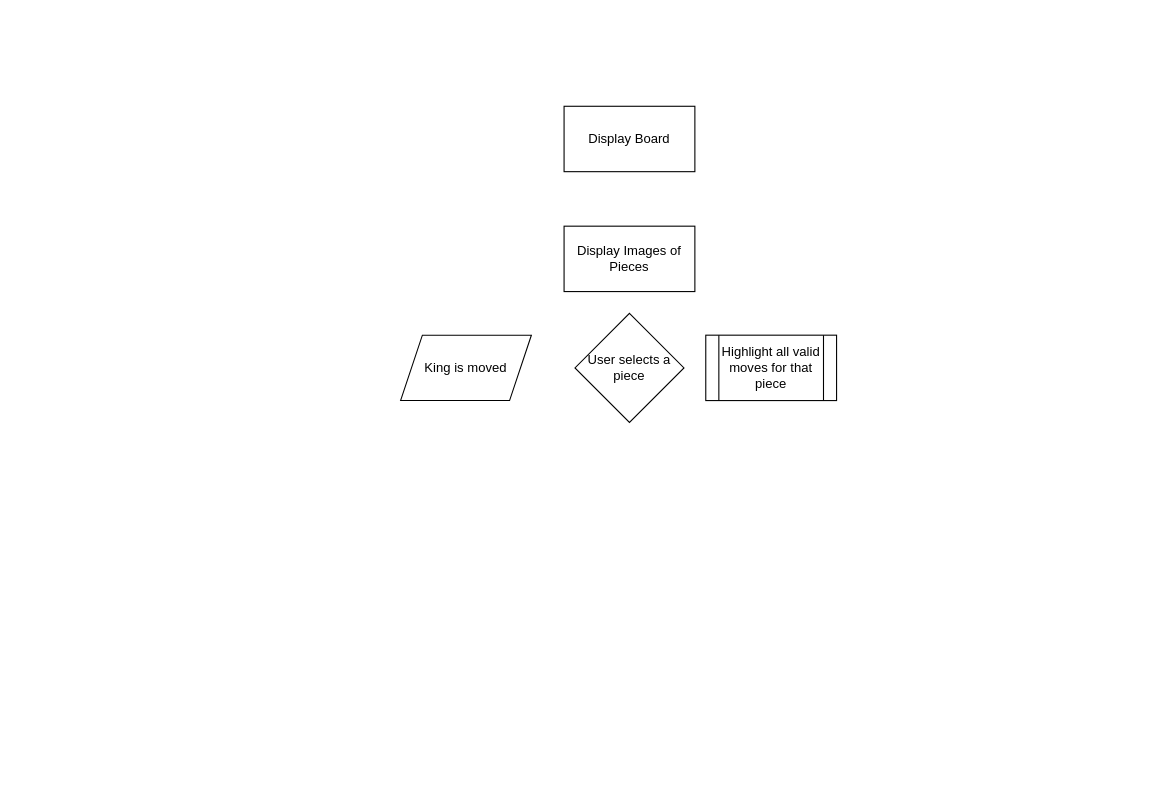
This is Untitled Diagram.drawio from AryanShoran/AryanShoran.github.io, a draw.io file, before an edit. Source tidied: cells renumbered, new cells numbered last; positions are measured from the earlier drawing's top-left corner, leaving out a move shared by most shapes. Both pictures are drawn from the tidied source at 109%, with x=0, y=0 at pixel (400, 106).
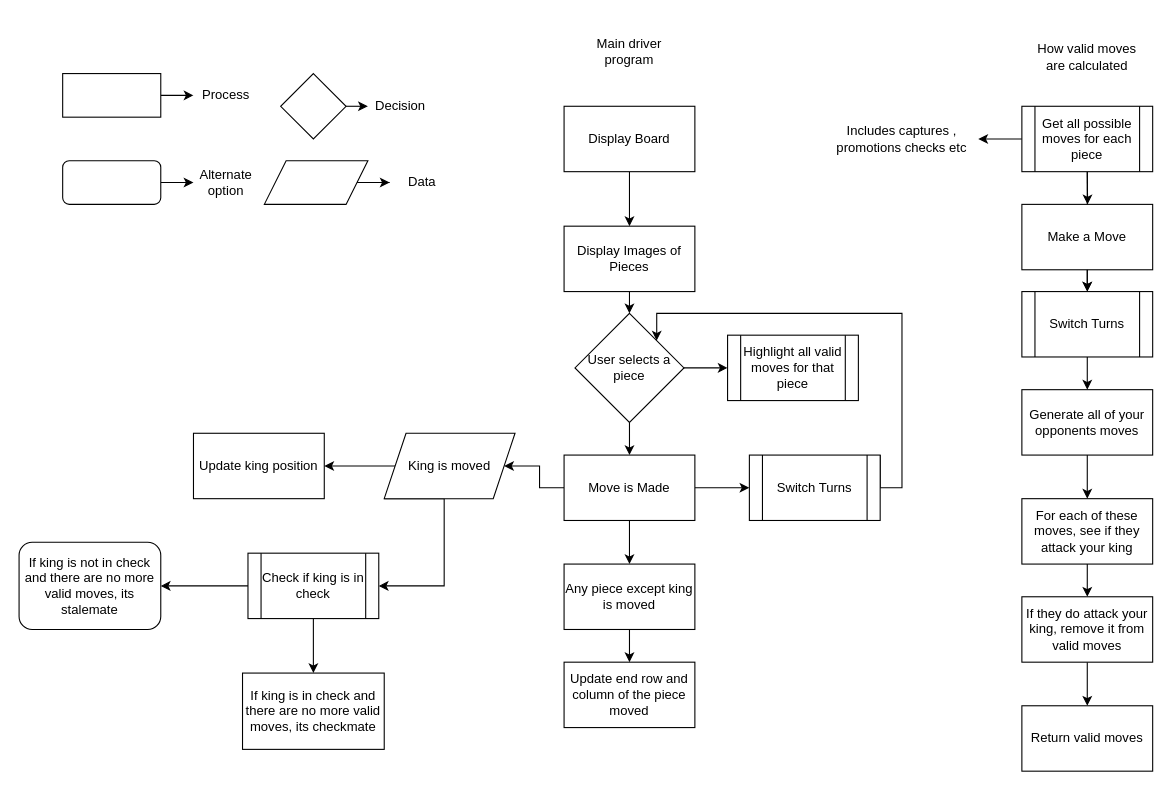
After the change.

Unchanged cells that the change refers to:
```xml
<mxCell id="2" value="Display Board " style="rounded=0;whiteSpace=wrap;html=1;" parent="1" vertex="1">
  <mxGeometry x="150" width="120" height="60" as="geometry" />
</mxCell>
<mxCell id="3" value="Display Images of Pieces" style="rounded=0;whiteSpace=wrap;html=1;" parent="1" vertex="1">
  <mxGeometry x="150" y="110" width="120" height="60" as="geometry" />
</mxCell>
<mxCell id="4" value="User selects a piece" style="rhombus;whiteSpace=wrap;html=1;" parent="1" vertex="1">
  <mxGeometry x="160" y="190" width="100" height="100" as="geometry" />
</mxCell>
```

The edit, as a diff of the source:
```diff
@@
+    <mxCell id="7" style="edgeStyle=orthogonalEdgeStyle;rounded=0;jettySize=auto;html=1;" parent="1" edge="1" source="2" target="3">
+      <mxGeometry relative="1" as="geometry" />
+    </mxCell>
@@
+    <mxCell id="8" style="edgeStyle=orthogonalEdgeStyle;rounded=0;jettySize=auto;html=1;exitX=0.5;exitY=1;exitDx=0;exitDy=0;entryX=0.5;entryY=0;entryDx=0;entryDy=0;" parent="1" edge="1" source="3" target="4">
+      <mxGeometry relative="1" as="geometry" />
+    </mxCell>
@@
+    <mxCell id="9" style="edgeStyle=orthogonalEdgeStyle;rounded=0;jettySize=auto;html=1;" parent="1" edge="1" source="4" target="6">
+      <mxGeometry relative="1" as="geometry" />
+    </mxCell>
+    <mxCell id="10" style="edgeStyle=orthogonalEdgeStyle;rounded=0;jettySize=auto;html=1;" parent="1" edge="1" source="4" target="16">
+      <mxGeometry relative="1" as="geometry" />
+    </mxCell>
@@
+    <mxCell id="11" style="edgeStyle=orthogonalEdgeStyle;rounded=0;jettySize=auto;html=1;" parent="1" edge="1" source="5" target="31">
+      <mxGeometry relative="1" as="geometry">
+        <Array as="points">
+          <mxPoint x="-60" y="330" />
+          <mxPoint x="-60" y="330" />
+        </Array>
+      </mxGeometry>
+    </mxCell>
+    <mxCell id="12" style="edgeStyle=orthogonalEdgeStyle;rounded=0;jettySize=auto;html=1;exitX=0;exitY=1;exitDx=0;exitDy=0;entryX=1;entryY=0.5;entryDx=0;entryDy=0;" parent="1" edge="1" source="5" target="34">
+      <mxGeometry relative="1" as="geometry">
+        <Array as="points">
+          <mxPoint x="40" y="360" />
+          <mxPoint x="40" y="440" />
+        </Array>
+      </mxGeometry>
+    </mxCell>
     <mxCell id="5" value="King is moved" style="shape=parallelogram;perimeter=parallelogramPerimeter;whiteSpace=wrap;html=1;fixedSize=1;" parent="1" vertex="1">
-      <mxGeometry y="210" width="120" height="60" as="geometry" />
+      <mxGeometry x="-15" y="300" width="120" height="60" as="geometry" />
     </mxCell>
     <mxCell id="6" value="Highlight all valid moves for that piece " style="shape=process;whiteSpace=wrap;html=1;backgroundOutline=1;" parent="1" vertex="1">
-      <mxGeometry x="280" y="210" width="120" height="60" as="geometry" />
+      <mxGeometry x="300" y="210" width="120" height="60" as="geometry" />
     </mxCell>
+    <mxCell id="13" style="edgeStyle=orthogonalEdgeStyle;rounded=0;jettySize=auto;html=1;" parent="1" edge="1" source="16" target="41">
+      <mxGeometry relative="1" as="geometry" />
+    </mxCell>
+    <mxCell id="14" style="edgeStyle=orthogonalEdgeStyle;rounded=0;jettySize=auto;html=1;" parent="1" edge="1" source="16" target="5">
+      <mxGeometry relative="1" as="geometry" />
+    </mxCell>
+    <mxCell id="15" style="edgeStyle=orthogonalEdgeStyle;rounded=0;jettySize=auto;html=1;" parent="1" edge="1" source="16" target="57">
+      <mxGeometry relative="1" as="geometry" />
+    </mxCell>
+    <mxCell id="16" value="Move is Made" style="rounded=0;whiteSpace=wrap;html=1;" parent="1" vertex="1">
+      <mxGeometry x="150" y="320" width="120" height="60" as="geometry" />
+    </mxCell>
+    <mxCell id="17" style="edgeStyle=orthogonalEdgeStyle;rounded=0;jettySize=auto;html=1;" parent="1" edge="1" source="20" target="26">
+      <mxGeometry relative="1" as="geometry" />
+    </mxCell>
+    <mxCell id="18" style="edgeStyle=orthogonalEdgeStyle;rounded=0;jettySize=auto;html=1;exitX=0.5;exitY=1;exitDx=0;exitDy=0;" parent="1" edge="1" source="20">
+      <mxGeometry relative="1" as="geometry">
+        <mxPoint x="630.3" y="90" as="targetPoint" />
+      </mxGeometry>
+    </mxCell>
+    <mxCell id="19" style="edgeStyle=orthogonalEdgeStyle;rounded=0;jettySize=auto;html=1;" parent="1" edge="1" source="20" target="43">
+      <mxGeometry relative="1" as="geometry" />
+    </mxCell>
+    <mxCell id="20" value="Get all possible moves for each piece " style="shape=process;whiteSpace=wrap;html=1;backgroundOutline=1;" parent="1" vertex="1">
+      <mxGeometry x="570" width="120" height="60" as="geometry" />
+    </mxCell>
+    <mxCell id="21" style="edgeStyle=orthogonalEdgeStyle;rounded=0;jettySize=auto;html=1;exitX=0.5;exitY=1;exitDx=0;exitDy=0;entryX=0.5;entryY=0;entryDx=0;entryDy=0;" parent="1" edge="1" source="22" target="26">
+      <mxGeometry relative="1" as="geometry" />
+    </mxCell>
+    <mxCell id="22" value="Make a Move" style="rounded=0;whiteSpace=wrap;html=1;" parent="1" vertex="1">
+      <mxGeometry x="570" y="90" width="120" height="60" as="geometry" />
+    </mxCell>
+    <mxCell id="23" style="edgeStyle=orthogonalEdgeStyle;rounded=0;jettySize=auto;html=1;" parent="1" edge="1" source="24" target="28">
+      <mxGeometry relative="1" as="geometry" />
+    </mxCell>
+    <mxCell id="24" value="Generate all of your opponents moves " style="rounded=0;whiteSpace=wrap;html=1;" parent="1" vertex="1">
+      <mxGeometry x="570" y="260" width="120" height="60" as="geometry" />
+    </mxCell>
+    <mxCell id="25" style="edgeStyle=orthogonalEdgeStyle;rounded=0;jettySize=auto;html=1;" parent="1" edge="1" source="26" target="24">
+      <mxGeometry relative="1" as="geometry" />
+    </mxCell>
+    <mxCell id="26" value="Switch Turns" style="shape=process;whiteSpace=wrap;html=1;backgroundOutline=1;rounded=0;" parent="1" vertex="1">
+      <mxGeometry x="570" y="170" width="120" height="60" as="geometry" />
+    </mxCell>
+    <mxCell id="27" style="edgeStyle=orthogonalEdgeStyle;rounded=0;jettySize=auto;html=1;" parent="1" edge="1" source="28" target="30">
+      <mxGeometry relative="1" as="geometry" />
+    </mxCell>
+    <mxCell id="28" value="For each of these moves, see if they attack your king " style="rounded=0;whiteSpace=wrap;html=1;" parent="1" vertex="1">
+      <mxGeometry x="570" y="360" width="120" height="60" as="geometry" />
+    </mxCell>
+    <mxCell id="29" style="edgeStyle=orthogonalEdgeStyle;rounded=0;jettySize=auto;html=1;" parent="1" edge="1" source="30" target="35">
+      <mxGeometry relative="1" as="geometry" />
+    </mxCell>
+    <mxCell id="30" value="If they do attack your king, remove it from valid moves " style="rounded=0;whiteSpace=wrap;html=1;" parent="1" vertex="1">
+      <mxGeometry x="570" y="450" width="120" height="60" as="geometry" />
+    </mxCell>
+    <mxCell id="31" value="Update king position" style="rounded=0;whiteSpace=wrap;html=1;" parent="1" vertex="1">
+      <mxGeometry x="-190" y="300" width="120" height="60" as="geometry" />
+    </mxCell>
+    <mxCell id="32" style="edgeStyle=orthogonalEdgeStyle;rounded=0;jettySize=auto;html=1;" parent="1" edge="1" source="34" target="36">
+      <mxGeometry relative="1" as="geometry" />
+    </mxCell>
+    <mxCell id="33" style="edgeStyle=orthogonalEdgeStyle;rounded=0;jettySize=auto;html=1;" parent="1" edge="1" source="34" target="37">
+      <mxGeometry relative="1" as="geometry" />
+    </mxCell>
+    <mxCell id="34" value="Check if king is in check " style="shape=process;whiteSpace=wrap;html=1;backgroundOutline=1;" parent="1" vertex="1">
+      <mxGeometry x="-140" y="410" width="120" height="60" as="geometry" />
+    </mxCell>
+    <mxCell id="35" value="Return valid moves " style="rounded=0;whiteSpace=wrap;html=1;" parent="1" vertex="1">
+      <mxGeometry x="570" y="550" width="120" height="60" as="geometry" />
+    </mxCell>
+    <mxCell id="36" value="If king is in check and there are no more valid moves, its checkmate" style="rounded=0;whiteSpace=wrap;html=1;" parent="1" vertex="1">
+      <mxGeometry x="-145" y="520" width="130" height="70" as="geometry" />
+    </mxCell>
+    <mxCell id="37" value="If king is not in check and there are no more valid moves, its stalemate" style="rounded=1;whiteSpace=wrap;html=1;" parent="1" vertex="1">
+      <mxGeometry x="-350" y="400" width="130" height="80" as="geometry" />
+    </mxCell>
+    <mxCell id="38" value="How valid moves are calculated " style="text;html=1;strokeColor=none;fillColor=none;align=center;verticalAlign=middle;whiteSpace=wrap;rounded=0;" parent="1" vertex="1">
+      <mxGeometry x="580" y="-80" width="100" height="70" as="geometry" />
+    </mxCell>
+    <mxCell id="39" value="Update end row and column of the piece moved " style="rounded=0;whiteSpace=wrap;html=1;" parent="1" vertex="1">
+      <mxGeometry x="150" y="510" width="120" height="60" as="geometry" />
+    </mxCell>
+    <mxCell id="40" style="edgeStyle=orthogonalEdgeStyle;rounded=0;jettySize=auto;html=1;exitX=1;exitY=0;exitDx=0;exitDy=0;entryX=1;entryY=0;entryDx=0;entryDy=0;" parent="1" edge="1" source="41" target="4">
+      <mxGeometry relative="1" as="geometry">
+        <Array as="points">
+          <mxPoint x="440" y="350" />
+          <mxPoint x="460" y="350" />
+          <mxPoint x="460" y="190" />
+          <mxPoint x="235" y="190" />
+        </Array>
+      </mxGeometry>
+    </mxCell>
+    <mxCell id="41" value="Switch Turns " style="shape=process;whiteSpace=wrap;html=1;backgroundOutline=1;" parent="1" vertex="1">
+      <mxGeometry x="320" y="320" width="120" height="60" as="geometry" />
+    </mxCell>
+    <mxCell id="42" value="Main driver program" style="text;html=1;strokeColor=none;fillColor=none;align=center;verticalAlign=middle;whiteSpace=wrap;rounded=0;" parent="1" vertex="1">
+      <mxGeometry x="170" y="-70" width="80" height="40" as="geometry" />
+    </mxCell>
+    <mxCell id="43" value="Includes captures , promotions checks etc" style="text;html=1;strokeColor=none;fillColor=none;align=center;verticalAlign=middle;whiteSpace=wrap;rounded=0;" parent="1" vertex="1">
+      <mxGeometry x="390" y="12.5" width="140" height="35" as="geometry" />
+    </mxCell>
+    <mxCell id="44" style="edgeStyle=orthogonalEdgeStyle;rounded=0;jettySize=auto;html=1;" parent="1" edge="1" source="45" target="52">
+      <mxGeometry relative="1" as="geometry" />
+    </mxCell>
+    <mxCell id="45" style="rounded=0;whiteSpace=wrap;html=1;" parent="1" vertex="1">
+      <mxGeometry x="-310" y="-30" width="90" height="40" as="geometry" />
+    </mxCell>
+    <mxCell id="46" style="edgeStyle=orthogonalEdgeStyle;rounded=0;jettySize=auto;html=1;" parent="1" edge="1" source="47" target="50">
+      <mxGeometry relative="1" as="geometry" />
+    </mxCell>
+    <mxCell id="47" style="rounded=1;whiteSpace=wrap;html=1;" parent="1" vertex="1">
+      <mxGeometry x="-310" y="50" width="90" height="40" as="geometry" />
+    </mxCell>
+    <mxCell id="48" style="edgeStyle=orthogonalEdgeStyle;rounded=0;jettySize=auto;html=1;exitX=1;exitY=0.5;exitDx=0;exitDy=0;entryX=0;entryY=0.5;entryDx=0;entryDy=0;" parent="1" edge="1" source="49" target="51">
+      <mxGeometry relative="1" as="geometry" />
+    </mxCell>
+    <mxCell id="49" style="rhombus;whiteSpace=wrap;html=1;" parent="1" vertex="1">
+      <mxGeometry x="-110" y="-30" width="60" height="60" as="geometry" />
+    </mxCell>
+    <mxCell id="50" value="Alternate option" style="text;html=1;strokeColor=none;fillColor=none;align=center;verticalAlign=middle;whiteSpace=wrap;rounded=0;" parent="1" vertex="1">
+      <mxGeometry x="-190" y="55" width="60" height="30" as="geometry" />
+    </mxCell>
+    <mxCell id="51" value="Decision" style="text;html=1;strokeColor=none;fillColor=none;align=center;verticalAlign=middle;whiteSpace=wrap;rounded=0;" parent="1" vertex="1">
+      <mxGeometry x="-30" y="-15" width="60" height="30" as="geometry" />
+    </mxCell>
+    <mxCell id="52" value="Process" style="text;html=1;strokeColor=none;fillColor=none;align=center;verticalAlign=middle;whiteSpace=wrap;rounded=0;" parent="1" vertex="1">
+      <mxGeometry x="-190" y="-25" width="60" height="30" as="geometry" />
+    </mxCell>
+    <mxCell id="53" style="edgeStyle=orthogonalEdgeStyle;rounded=0;jettySize=auto;html=1;exitX=1;exitY=0.5;exitDx=0;exitDy=0;" parent="1" edge="1" source="54" target="55">
+      <mxGeometry relative="1" as="geometry" />
+    </mxCell>
+    <mxCell id="54" style="shape=parallelogram;perimeter=parallelogramPerimeter;whiteSpace=wrap;html=1;fixedSize=1;" parent="1" vertex="1">
+      <mxGeometry x="-125" y="50" width="95" height="40" as="geometry" />
+    </mxCell>
+    <mxCell id="55" value="Data" style="text;html=1;strokeColor=none;fillColor=none;align=center;verticalAlign=middle;whiteSpace=wrap;rounded=0;" parent="1" vertex="1">
+      <mxGeometry x="-10" y="55" width="60" height="30" as="geometry" />
+    </mxCell>
+    <mxCell id="56" style="edgeStyle=orthogonalEdgeStyle;rounded=0;jettySize=auto;html=1;" parent="1" edge="1" source="57" target="39">
+      <mxGeometry relative="1" as="geometry" />
+    </mxCell>
+    <mxCell id="57" value="Any piece except king is moved " style="rounded=0;whiteSpace=wrap;html=1;" parent="1" vertex="1">
+      <mxGeometry x="150" y="420" width="120" height="60" as="geometry" />
+    </mxCell>
```
